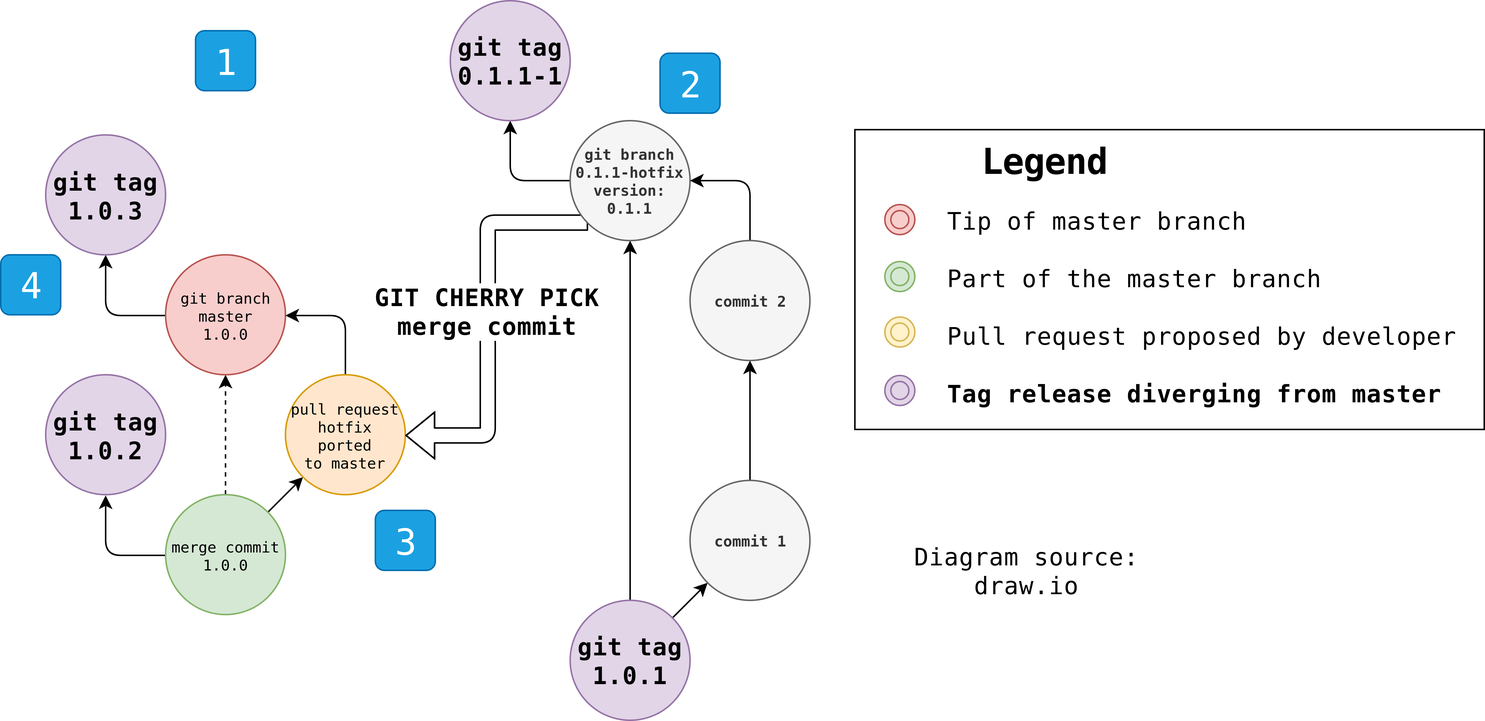
The draw.io diagram assets/diagrams/glew/git_port_hotfix_to_master_flow.png in samrocketman/blog, before a commit. Source tidied: cells renumbered, new cells last; positions are measured from the earlier drawing's top-left corner, leaving out a move shared by most shapes. Its diagram source:
```xml
<mxGraphModel background="#ffffff">
  <root>
    <mxCell id="0" />
    <mxCell id="1" parent="0" />
    <mxCell id="2" style="edgeStyle=none;rounded=1;html=1;exitX=0.5;exitY=0;entryX=0.5;entryY=1;dashed=1;labelBackgroundColor=none;jettySize=auto;fontFamily=Monospace;" parent="1" edge="1" source="5" target="7">
      <mxGeometry relative="1" as="geometry" />
    </mxCell>
    <mxCell id="3" style="edgeStyle=none;rounded=1;html=1;exitX=1;exitY=0;entryX=0;entryY=1;labelBackgroundColor=none;jettySize=auto;fontFamily=Monospace;" parent="1" edge="1" source="5" target="9">
      <mxGeometry relative="1" as="geometry" />
    </mxCell>
    <mxCell id="4" style="edgeStyle=orthogonalEdgeStyle;rounded=1;html=1;exitX=0;exitY=0.5;entryX=0.5;entryY=1;labelBackgroundColor=none;jettySize=auto;fontSize=10;fontFamily=Monospace;" parent="1" edge="1" source="5" target="10">
      <mxGeometry relative="1" as="geometry" />
    </mxCell>
    <mxCell id="5" value="merge commit&lt;br style=&quot;font-size: 10px&quot;&gt;1.0.0" style="ellipse;whiteSpace=wrap;html=1;align=center;fontSize=10;fontStyle=0;fillColor=#d5e8d4;strokeColor=#82b366;fontFamily=Monospace;" parent="1" vertex="1">
      <mxGeometry x="110" y="329.5" width="80" height="80" as="geometry" />
    </mxCell>
    <mxCell id="6" style="edgeStyle=orthogonalEdgeStyle;rounded=1;html=1;exitX=0;exitY=0.5;labelBackgroundColor=none;jettySize=auto;fontSize=10;fontFamily=Monospace;" parent="1" edge="1" source="7" target="11">
      <mxGeometry relative="1" as="geometry" />
    </mxCell>
    <mxCell id="7" value="git branch&lt;br style=&quot;font-size: 10px&quot;&gt;master&lt;br style=&quot;font-size: 10px&quot;&gt;1.0.0" style="ellipse;whiteSpace=wrap;html=1;align=center;fontSize=10;fontStyle=0;fontColor=#000000;fillColor=#f8cecc;strokeColor=#b85450;fontFamily=Monospace;" parent="1" vertex="1">
      <mxGeometry x="110" y="169.5" width="80" height="80" as="geometry" />
    </mxCell>
    <mxCell id="8" style="edgeStyle=orthogonalEdgeStyle;rounded=1;html=1;exitX=0.5;exitY=0;entryX=1;entryY=0.5;labelBackgroundColor=none;jettySize=auto;fontFamily=Monospace;" parent="1" edge="1" source="9" target="7">
      <mxGeometry relative="1" as="geometry" />
    </mxCell>
    <mxCell id="9" value="pull request&lt;br style=&quot;font-size: 10px&quot;&gt;hotfix ported&lt;br&gt;to master" style="ellipse;whiteSpace=wrap;html=1;align=center;fontStyle=0;fontSize=10;fillColor=#ffe6cc;strokeColor=#d79b00;fontFamily=Monospace;" parent="1" vertex="1">
      <mxGeometry x="190" y="249.5" width="80" height="80" as="geometry" />
    </mxCell>
    <mxCell id="10" value="git tag&lt;br style=&quot;font-size: 16px&quot;&gt;1.0.2" style="ellipse;whiteSpace=wrap;html=1;align=center;fontStyle=1;fontSize=16;fillColor=#e1d5e7;strokeColor=#9673a6;fontFamily=Monospace;" parent="1" vertex="1">
      <mxGeometry x="30" y="249.5" width="80" height="80" as="geometry" />
    </mxCell>
    <mxCell id="11" value="git tag&lt;br style=&quot;font-size: 16px&quot;&gt;1.0.3" style="ellipse;whiteSpace=wrap;html=1;align=center;fontStyle=1;fontSize=16;fillColor=#e1d5e7;strokeColor=#9673a6;fontFamily=Monospace;" parent="1" vertex="1">
      <mxGeometry x="30" y="89.5" width="80" height="80" as="geometry" />
    </mxCell>
    <mxCell id="12" value="Diagram source: draw.io" style="text;html=1;strokeColor=none;fillColor=none;align=center;verticalAlign=middle;whiteSpace=wrap;rounded=0;labelBackgroundColor=none;fontSize=16;fontColor=#000000;fontFamily=Monospace;" parent="1" vertex="1">
      <mxGeometry x="570" y="370" width="230" height="20" as="geometry" />
    </mxCell>
    <mxCell id="13" value="1" style="rounded=1;whiteSpace=wrap;html=1;fontSize=24;fillColor=#1ba1e2;strokeColor=#006EAF;fontColor=#ffffff;fontFamily=Monospace;" parent="1" vertex="1">
      <mxGeometry x="130" y="20" width="40" height="40" as="geometry" />
    </mxCell>
    <mxCell id="14" style="edgeStyle=none;rounded=1;html=1;exitX=1;exitY=0;entryX=0;entryY=1;labelBackgroundColor=none;jettySize=auto;fontFamily=Monospace;" parent="1" edge="1" source="16" target="22">
      <mxGeometry relative="1" as="geometry" />
    </mxCell>
    <mxCell id="15" style="edgeStyle=orthogonalEdgeStyle;rounded=0;jettySize=auto;html=1;exitX=0.5;exitY=0;exitDx=0;exitDy=0;entryX=0.5;entryY=1;entryDx=0;entryDy=0;fontFamily=Monospace;" parent="1" edge="1" source="16" target="20">
      <mxGeometry relative="1" as="geometry" />
    </mxCell>
    <mxCell id="16" value="git tag&lt;br style=&quot;font-size: 16px&quot;&gt;1.0.1" style="ellipse;whiteSpace=wrap;html=1;align=center;fillColor=#e1d5e7;strokeColor=#9673a6;fontSize=16;fontStyle=1;fontFamily=Monospace;" parent="1" vertex="1">
      <mxGeometry x="380" y="400" width="80" height="80" as="geometry" />
    </mxCell>
    <mxCell id="17" style="edgeStyle=orthogonalEdgeStyle;rounded=1;html=1;exitX=0;exitY=0.5;labelBackgroundColor=none;jettySize=auto;fontSize=10;fontFamily=Monospace;" parent="1" edge="1" source="20" target="25">
      <mxGeometry relative="1" as="geometry" />
    </mxCell>
    <mxCell id="18" style="edgeStyle=orthogonalEdgeStyle;rounded=1;jettySize=auto;html=1;exitX=0;exitY=1;exitDx=0;exitDy=0;entryX=1;entryY=0.5;entryDx=0;entryDy=0;fontSize=16;shape=flexArrow;fontFamily=Monospace;" parent="1" edge="1" source="20" target="9">
      <mxGeometry relative="1" as="geometry" />
    </mxCell>
    <mxCell id="19" value="&lt;b&gt;GIT CHERRY PICK&lt;br&gt;merge commit&lt;br&gt;&lt;/b&gt;" style="text;html=1;align=center;verticalAlign=middle;labelBackgroundColor=#ffffff;fontSize=16;fontFamily=Monospace;" parent="18" vertex="1">
      <mxGeometry x="-0.05" y="-1" relative="1" as="geometry" />
    </mxCell>
    <mxCell id="20" value="git branch&lt;br style=&quot;font-size: 10px&quot;&gt;0.1.1-hotfix&lt;br style=&quot;font-size: 10px&quot;&gt;version: 0.1.1" style="ellipse;whiteSpace=wrap;html=1;align=center;fontSize=10;fontStyle=1;fontColor=#333333;fillColor=#f5f5f5;strokeColor=#666666;fontFamily=Monospace;" parent="1" vertex="1">
      <mxGeometry x="380" y="80" width="80" height="80" as="geometry" />
    </mxCell>
    <mxCell id="21" style="edgeStyle=orthogonalEdgeStyle;rounded=0;jettySize=auto;html=1;exitX=0.5;exitY=0;exitDx=0;exitDy=0;entryX=0.5;entryY=1;entryDx=0;entryDy=0;fontFamily=Monospace;" parent="1" edge="1" source="22" target="24">
      <mxGeometry relative="1" as="geometry" />
    </mxCell>
    <mxCell id="22" value="commit 1" style="ellipse;whiteSpace=wrap;html=1;align=center;fontStyle=1;fontSize=10;fillColor=#f5f5f5;strokeColor=#666666;fontColor=#333333;fontFamily=Monospace;" parent="1" vertex="1">
      <mxGeometry x="460" y="320" width="80" height="80" as="geometry" />
    </mxCell>
    <mxCell id="23" style="edgeStyle=orthogonalEdgeStyle;rounded=1;html=1;exitX=0.5;exitY=0;entryX=1;entryY=0.5;labelBackgroundColor=none;jettySize=auto;fontFamily=Monospace;" parent="1" edge="1" source="24" target="20">
      <mxGeometry relative="1" as="geometry" />
    </mxCell>
    <mxCell id="24" value="commit 2" style="ellipse;whiteSpace=wrap;html=1;align=center;fontStyle=1;fontSize=10;fillColor=#f5f5f5;strokeColor=#666666;fontColor=#333333;fontFamily=Monospace;" parent="1" vertex="1">
      <mxGeometry x="460" y="160" width="80" height="80" as="geometry" />
    </mxCell>
    <mxCell id="25" value="git tag&lt;br style=&quot;font-size: 16px&quot;&gt;0.1.1-1" style="ellipse;whiteSpace=wrap;html=1;align=center;fontStyle=1;fontSize=16;fillColor=#e1d5e7;strokeColor=#9673a6;fontFamily=Monospace;" parent="1" vertex="1">
      <mxGeometry x="300" width="80" height="80" as="geometry" />
    </mxCell>
    <mxCell id="26" value="2" style="rounded=1;whiteSpace=wrap;html=1;fontSize=24;fillColor=#1ba1e2;strokeColor=#006EAF;fontColor=#ffffff;fontFamily=Monospace;" parent="1" vertex="1">
      <mxGeometry x="440" y="35" width="40" height="40" as="geometry" />
    </mxCell>
    <mxCell id="27" value="3" style="rounded=1;whiteSpace=wrap;html=1;fontSize=24;fillColor=#1ba1e2;strokeColor=#006EAF;fontColor=#ffffff;fontFamily=Monospace;" parent="1" vertex="1">
      <mxGeometry x="250" y="340" width="40" height="40" as="geometry" />
    </mxCell>
    <mxCell id="28" value="4" style="rounded=1;whiteSpace=wrap;html=1;fontSize=24;fillColor=#1ba1e2;strokeColor=#006EAF;fontColor=#ffffff;fontFamily=Monospace;" parent="1" vertex="1">
      <mxGeometry y="169.5" width="40" height="40" as="geometry" />
    </mxCell>
    <mxCell id="29" style="group;" parent="1" vertex="1">
      <mxGeometry x="590" y="86" width="400" height="220" as="geometry" />
    </mxCell>
    <mxCell id="30" style="group;fontStyle=4;fontFamily=Monospace;" parent="29" vertex="1">
      <mxGeometry width="400" height="220" as="geometry" />
    </mxCell>
    <mxCell id="31" style="rounded=0;whiteSpace=wrap;html=1;labelBackgroundColor=none;fontSize=16;fontColor=#000000;align=left;fontStyle=4;fontFamily=Monospace;" parent="30" vertex="1">
      <mxGeometry x="-20" width="420" height="200" as="geometry" />
    </mxCell>
    <mxCell id="32" value="Legend" style="text;strokeColor=none;fillColor=none;html=1;fontSize=24;fontStyle=1;verticalAlign=middle;align=center;rounded=0;labelBackgroundColor=none;fontFamily=Monospace;" parent="30" vertex="1">
      <mxGeometry x="40" width="133.3" height="40" as="geometry" />
    </mxCell>
    <mxCell id="33" value="Tip of master branch&lt;br&gt;&lt;br&gt;Part of the master branch&lt;br&gt;&lt;br&gt;Pull request proposed by developer&lt;br&gt;&lt;br&gt;&lt;b&gt;Tag release diverging from master&lt;/b&gt;" style="text;strokeColor=none;fillColor=none;align=left;verticalAlign=middle;rounded=0;labelBackgroundColor=none;fontSize=16;fontColor=#000000;html=1;fontFamily=Monospace;" parent="30" vertex="1">
      <mxGeometry x="40" y="20" width="346.7" height="195" as="geometry" />
    </mxCell>
    <mxCell id="34" style="ellipse;shape=doubleEllipse;whiteSpace=wrap;html=1;rounded=0;labelBackgroundColor=none;fontSize=16;fontColor=#000000;align=left;fillColor=#f8cecc;strokeColor=#b85450;fontFamily=Monospace;" parent="30" vertex="1">
      <mxGeometry y="50" width="20" height="20" as="geometry" />
    </mxCell>
    <mxCell id="35" style="ellipse;shape=doubleEllipse;whiteSpace=wrap;html=1;rounded=0;labelBackgroundColor=none;fontSize=16;fontColor=#000000;align=left;fillColor=#d5e8d4;strokeColor=#82b366;fontFamily=Monospace;" parent="30" vertex="1">
      <mxGeometry y="88" width="20" height="20" as="geometry" />
    </mxCell>
    <mxCell id="36" style="ellipse;shape=doubleEllipse;whiteSpace=wrap;html=1;rounded=0;labelBackgroundColor=none;fontSize=16;fontColor=#000000;align=left;fillColor=#fff2cc;strokeColor=#d6b656;fontFamily=Monospace;" parent="30" vertex="1">
      <mxGeometry y="125" width="20" height="20" as="geometry" />
    </mxCell>
    <mxCell id="37" style="ellipse;shape=doubleEllipse;whiteSpace=wrap;html=1;rounded=0;labelBackgroundColor=none;fontSize=16;fontColor=#000000;align=left;fillColor=#e1d5e7;strokeColor=#9673a6;fontFamily=Monospace;" parent="30" vertex="1">
      <mxGeometry y="164" width="20" height="20" as="geometry" />
    </mxCell>
  </root>
</mxGraphModel>
```
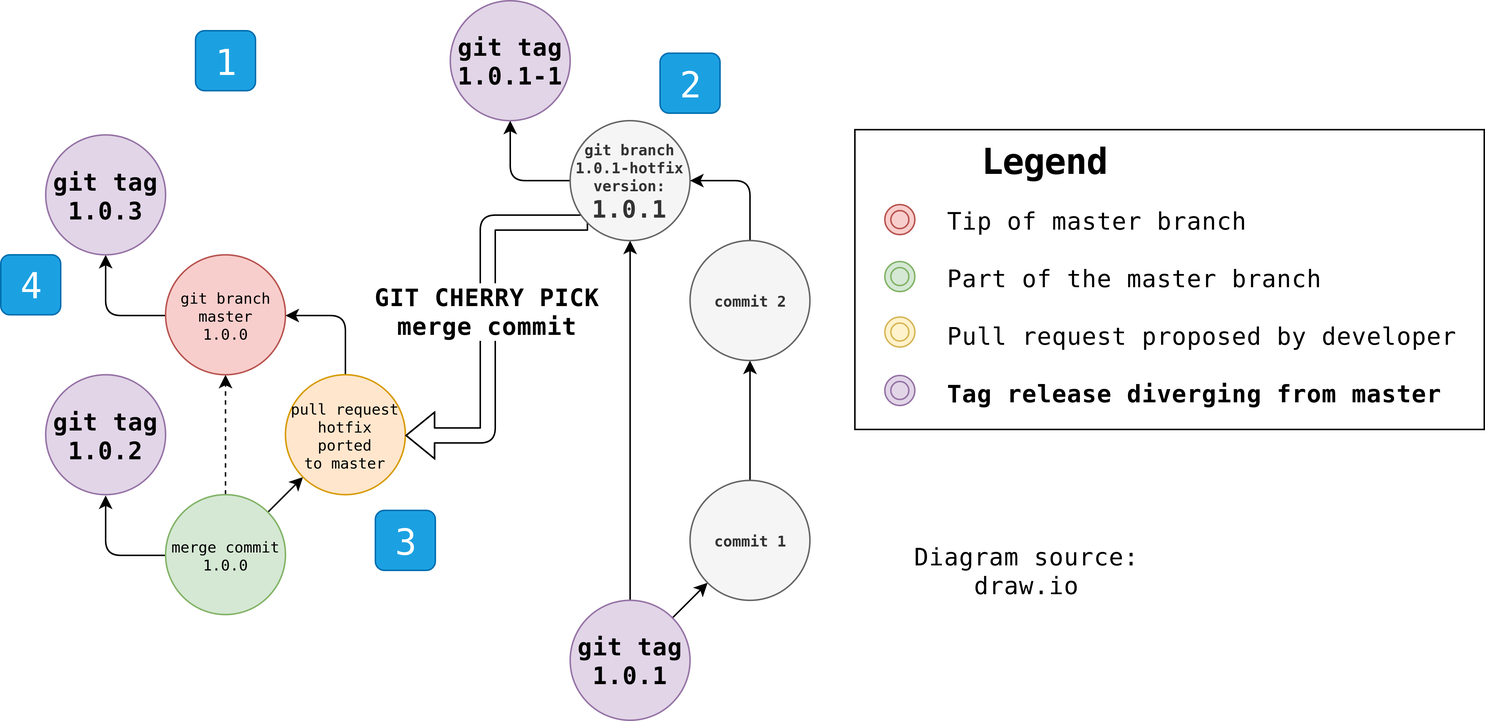
Later version of the same file.

Commit message:
Fix flow diagram

What changed in the source:
```diff
@@ -56,7 +56,7 @@
     <mxCell id="19" value="&lt;b&gt;GIT CHERRY PICK&lt;br&gt;merge commit&lt;br&gt;&lt;/b&gt;" style="text;html=1;align=center;verticalAlign=middle;labelBackgroundColor=#ffffff;fontSize=16;fontFamily=Monospace;" parent="18" vertex="1">
       <mxGeometry x="-0.05" y="-1" relative="1" as="geometry" />
     </mxCell>
-    <mxCell id="20" value="git branch&lt;br style=&quot;font-size: 10px&quot;&gt;0.1.1-hotfix&lt;br style=&quot;font-size: 10px&quot;&gt;version: 0.1.1" style="ellipse;whiteSpace=wrap;html=1;align=center;fontSize=10;fontStyle=1;fontColor=#333333;fillColor=#f5f5f5;strokeColor=#666666;fontFamily=Monospace;" parent="1" vertex="1">
+    <mxCell id="20" value="git branch&lt;br style=&quot;font-size: 10px&quot;&gt;1.0.1-hotfix&lt;br style=&quot;font-size: 10px&quot;&gt;version: &lt;font style=&quot;font-size: 16px&quot;&gt;1.0.1&lt;/font&gt;" style="ellipse;whiteSpace=wrap;html=1;align=center;fontSize=10;fontStyle=1;fontColor=#333333;fillColor=#f5f5f5;strokeColor=#666666;fontFamily=Monospace;" parent="1" vertex="1">
       <mxGeometry x="380" y="80" width="80" height="80" as="geometry" />
     </mxCell>
     <mxCell id="21" style="edgeStyle=orthogonalEdgeStyle;rounded=0;jettySize=auto;html=1;exitX=0.5;exitY=0;exitDx=0;exitDy=0;entryX=0.5;entryY=1;entryDx=0;entryDy=0;fontFamily=Monospace;" parent="1" edge="1" source="22" target="24">
@@ -71,7 +71,7 @@
     <mxCell id="24" value="commit 2" style="ellipse;whiteSpace=wrap;html=1;align=center;fontStyle=1;fontSize=10;fillColor=#f5f5f5;strokeColor=#666666;fontColor=#333333;fontFamily=Monospace;" parent="1" vertex="1">
       <mxGeometry x="460" y="160" width="80" height="80" as="geometry" />
     </mxCell>
-    <mxCell id="25" value="git tag&lt;br style=&quot;font-size: 16px&quot;&gt;0.1.1-1" style="ellipse;whiteSpace=wrap;html=1;align=center;fontStyle=1;fontSize=16;fillColor=#e1d5e7;strokeColor=#9673a6;fontFamily=Monospace;" parent="1" vertex="1">
+    <mxCell id="25" value="git tag&lt;br style=&quot;font-size: 16px&quot;&gt;1.0.1-1" style="ellipse;whiteSpace=wrap;html=1;align=center;fontStyle=1;fontSize=16;fillColor=#e1d5e7;strokeColor=#9673a6;fontFamily=Monospace;" parent="1" vertex="1">
       <mxGeometry x="300" width="80" height="80" as="geometry" />
     </mxCell>
     <mxCell id="26" value="2" style="rounded=1;whiteSpace=wrap;html=1;fontSize=24;fillColor=#1ba1e2;strokeColor=#006EAF;fontColor=#ffffff;fontFamily=Monospace;" parent="1" vertex="1">
```
